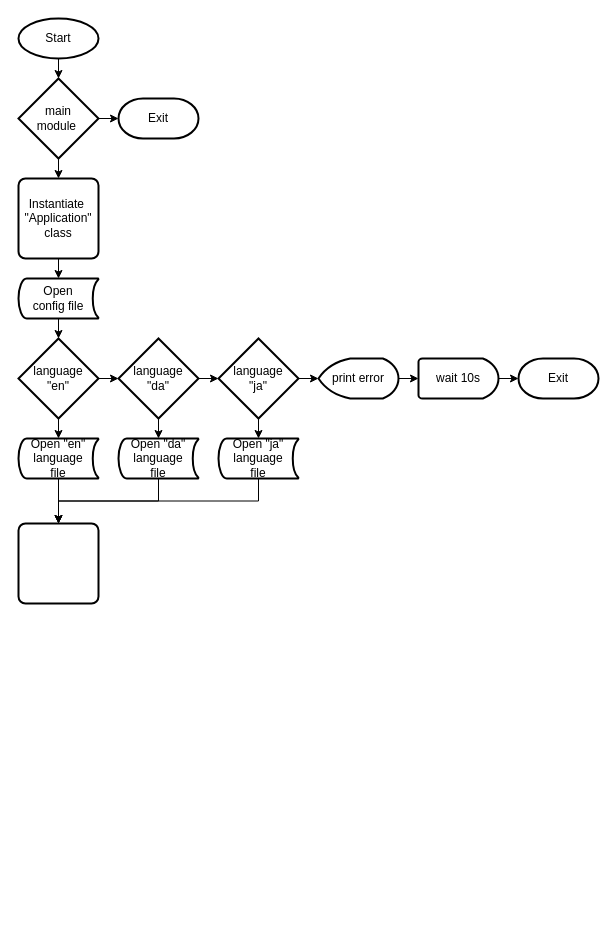
Before: serverproject/extra/server_diagram.drawio in mrpink32/ProgrammeringC, a draw.io diagram. Source tidied: cells renumbered, new cells numbered last; positions are measured from the earlier drawing's top-left corner, leaving out a move shared by most shapes. Both pictures are drawn from the tidied source at 100%, with x=0, y=0 at pixel (18, 18).
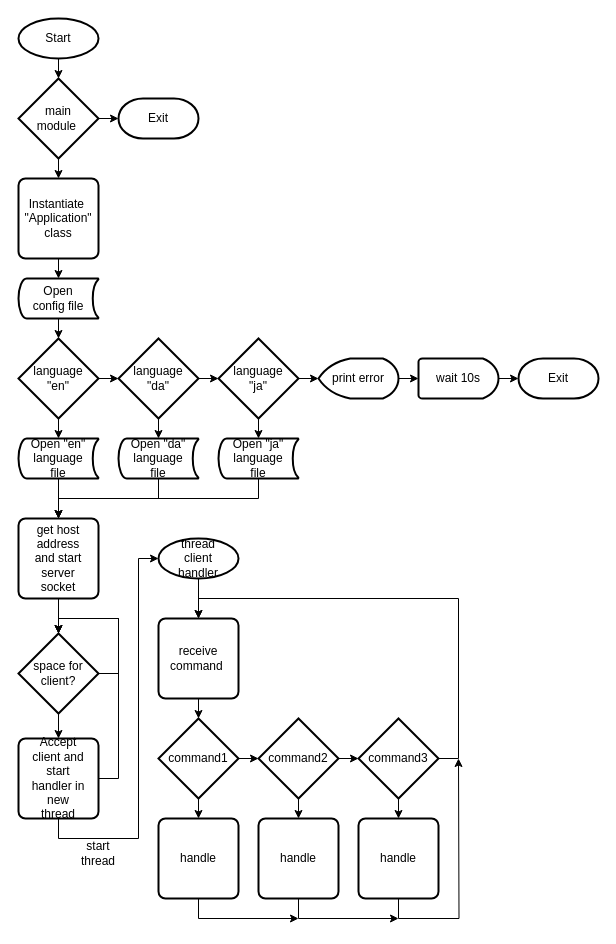
The same diagram, later.

Diff of the diagram source:
```diff
@@
+    <mxCell id="47" style="edgeStyle=orthogonalEdgeStyle;rounded=0;jettySize=auto;html=1;exitX=0.5;exitY=1;exitDx=0;exitDy=0;entryX=0.5;entryY=0;entryDx=0;entryDy=0;entryPerimeter=0;" parent="1" edge="1" source="38" target="51">
+      <mxGeometry relative="1" as="geometry" />
+    </mxCell>
     <mxCell id="38" style="rounded=1;whiteSpace=wrap;html=1;absoluteArcSize=1;arcSize=14;strokeWidth=2;" parent="1" vertex="1">
-      <mxGeometry y="505" width="80" height="80" as="geometry" />
+      <mxGeometry y="500" width="80" height="80" as="geometry" />
     </mxCell>
@@
+    <mxCell id="48" value="get host address and start server socket" style="text;html=1;strokeColor=none;fillColor=none;align=center;verticalAlign=middle;whiteSpace=wrap;rounded=0;" parent="1" vertex="1">
+      <mxGeometry x="10" y="525" width="60" height="30" as="geometry" />
+    </mxCell>
+    <mxCell id="49" style="edgeStyle=orthogonalEdgeStyle;rounded=0;orthogonalLoop=1;jettySize=auto;html=1;exitX=1;exitY=0.5;exitDx=0;exitDy=0;exitPerimeter=0;entryX=0.5;entryY=0;entryDx=0;entryDy=0;entryPerimeter=0;" parent="1" edge="1" source="51" target="51">
+      <mxGeometry relative="1" as="geometry">
+        <Array as="points">
+          <mxPoint x="100" y="655" />
+          <mxPoint x="100" y="600" />
+          <mxPoint x="40" y="600" />
+        </Array>
+      </mxGeometry>
+    </mxCell>
+    <mxCell id="50" style="edgeStyle=orthogonalEdgeStyle;rounded=0;jettySize=auto;html=1;exitX=0.5;exitY=1;exitDx=0;exitDy=0;exitPerimeter=0;entryX=0.5;entryY=0;entryDx=0;entryDy=0;" parent="1" edge="1" source="51" target="55">
+      <mxGeometry relative="1" as="geometry" />
+    </mxCell>
+    <mxCell id="51" style="strokeWidth=2;html=1;shape=mxgraph.flowchart.decision;whiteSpace=wrap;" parent="1" vertex="1">
+      <mxGeometry y="615" width="80" height="80" as="geometry" />
+    </mxCell>
+    <mxCell id="52" value="space for client?" style="text;html=1;strokeColor=none;fillColor=none;align=center;verticalAlign=middle;whiteSpace=wrap;rounded=0;" parent="1" vertex="1">
+      <mxGeometry x="10" y="640" width="60" height="30" as="geometry" />
+    </mxCell>
+    <mxCell id="53" style="edgeStyle=orthogonalEdgeStyle;rounded=0;jettySize=auto;html=1;exitX=1;exitY=0.5;exitDx=0;exitDy=0;entryX=0.5;entryY=0;entryDx=0;entryDy=0;entryPerimeter=0;" parent="1" edge="1" source="55" target="51">
+      <mxGeometry relative="1" as="geometry">
+        <Array as="points">
+          <mxPoint x="100" y="760" />
+          <mxPoint x="100" y="600" />
+          <mxPoint x="40" y="600" />
+        </Array>
+      </mxGeometry>
+    </mxCell>
+    <mxCell id="54" style="edgeStyle=orthogonalEdgeStyle;rounded=0;jettySize=auto;html=1;exitX=0.5;exitY=1;exitDx=0;exitDy=0;entryX=0;entryY=0.5;entryDx=0;entryDy=0;entryPerimeter=0;" parent="1" edge="1" source="55" target="58">
+      <mxGeometry relative="1" as="geometry">
+        <Array as="points">
+          <mxPoint x="40" y="820" />
+          <mxPoint x="120" y="820" />
+          <mxPoint x="120" y="540" />
+        </Array>
+      </mxGeometry>
+    </mxCell>
+    <mxCell id="55" style="rounded=1;whiteSpace=wrap;html=1;absoluteArcSize=1;arcSize=14;strokeWidth=2;" parent="1" vertex="1">
+      <mxGeometry y="720" width="80" height="80" as="geometry" />
+    </mxCell>
+    <mxCell id="56" value="Accept client and start handler in new thread" style="text;html=1;strokeColor=none;fillColor=none;align=center;verticalAlign=middle;whiteSpace=wrap;rounded=0;" parent="1" vertex="1">
+      <mxGeometry x="10" y="745" width="60" height="30" as="geometry" />
+    </mxCell>
+    <mxCell id="57" style="edgeStyle=orthogonalEdgeStyle;rounded=0;jettySize=auto;html=1;exitX=0.5;exitY=1;exitDx=0;exitDy=0;exitPerimeter=0;entryX=0.5;entryY=0;entryDx=0;entryDy=0;" parent="1" edge="1" source="58" target="62">
+      <mxGeometry relative="1" as="geometry" />
+    </mxCell>
+    <mxCell id="58" style="strokeWidth=2;html=1;shape=mxgraph.flowchart.start_1;whiteSpace=wrap;" parent="1" vertex="1">
+      <mxGeometry x="140" y="520" width="80" height="40" as="geometry" />
+    </mxCell>
+    <mxCell id="59" value="thread client handler" style="text;html=1;strokeColor=none;fillColor=none;align=center;verticalAlign=middle;whiteSpace=wrap;rounded=0;" parent="1" vertex="1">
+      <mxGeometry x="150" y="525" width="60" height="30" as="geometry" />
+    </mxCell>
+    <mxCell id="60" value="start thread" style="text;html=1;strokeColor=none;fillColor=none;align=center;verticalAlign=middle;whiteSpace=wrap;rounded=0;" parent="1" vertex="1">
+      <mxGeometry x="50" y="820" width="60" height="30" as="geometry" />
+    </mxCell>
+    <mxCell id="61" style="edgeStyle=orthogonalEdgeStyle;rounded=0;jettySize=auto;html=1;exitX=0.5;exitY=1;exitDx=0;exitDy=0;entryX=0.5;entryY=0;entryDx=0;entryDy=0;entryPerimeter=0;" parent="1" edge="1" source="62" target="66">
+      <mxGeometry relative="1" as="geometry" />
+    </mxCell>
+    <mxCell id="62" style="rounded=1;whiteSpace=wrap;html=1;absoluteArcSize=1;arcSize=14;strokeWidth=2;" parent="1" vertex="1">
+      <mxGeometry x="140" y="600" width="80" height="80" as="geometry" />
+    </mxCell>
+    <mxCell id="63" value="receive command&amp;nbsp;" style="text;html=1;strokeColor=none;fillColor=none;align=center;verticalAlign=middle;whiteSpace=wrap;rounded=0;" parent="1" vertex="1">
+      <mxGeometry x="150" y="625" width="60" height="30" as="geometry" />
+    </mxCell>
+    <mxCell id="64" style="edgeStyle=orthogonalEdgeStyle;rounded=0;jettySize=auto;html=1;exitX=0.5;exitY=1;exitDx=0;exitDy=0;exitPerimeter=0;entryX=0.5;entryY=0;entryDx=0;entryDy=0;" parent="1" edge="1" source="66" target="69">
+      <mxGeometry relative="1" as="geometry" />
+    </mxCell>
+    <mxCell id="65" style="edgeStyle=orthogonalEdgeStyle;rounded=0;jettySize=auto;html=1;exitX=1;exitY=0.5;exitDx=0;exitDy=0;exitPerimeter=0;entryX=0;entryY=0.5;entryDx=0;entryDy=0;entryPerimeter=0;" parent="1" edge="1" source="66" target="73">
+      <mxGeometry relative="1" as="geometry" />
+    </mxCell>
+    <mxCell id="66" style="strokeWidth=2;html=1;shape=mxgraph.flowchart.decision;whiteSpace=wrap;" parent="1" vertex="1">
+      <mxGeometry x="140" y="700" width="80" height="80" as="geometry" />
+    </mxCell>
+    <mxCell id="67" value="command1" style="text;html=1;strokeColor=none;fillColor=none;align=center;verticalAlign=middle;whiteSpace=wrap;rounded=0;" parent="1" vertex="1">
+      <mxGeometry x="150" y="725" width="60" height="30" as="geometry" />
+    </mxCell>
+    <mxCell id="68" style="edgeStyle=orthogonalEdgeStyle;rounded=0;jettySize=auto;html=1;exitX=0.5;exitY=1;exitDx=0;exitDy=0;" parent="1" edge="1" source="69">
+      <mxGeometry relative="1" as="geometry">
+        <mxPoint x="280" y="900" as="targetPoint" />
+        <Array as="points">
+          <mxPoint x="180" y="900" />
+        </Array>
+      </mxGeometry>
+    </mxCell>
+    <mxCell id="69" style="rounded=1;whiteSpace=wrap;html=1;absoluteArcSize=1;arcSize=14;strokeWidth=2;" parent="1" vertex="1">
+      <mxGeometry x="140" y="800" width="80" height="80" as="geometry" />
+    </mxCell>
+    <mxCell id="70" value="handle" style="text;html=1;strokeColor=none;fillColor=none;align=center;verticalAlign=middle;whiteSpace=wrap;rounded=0;" parent="1" vertex="1">
+      <mxGeometry x="150" y="825" width="60" height="30" as="geometry" />
+    </mxCell>
+    <mxCell id="71" style="edgeStyle=orthogonalEdgeStyle;rounded=0;jettySize=auto;html=1;exitX=0.5;exitY=1;exitDx=0;exitDy=0;exitPerimeter=0;entryX=0.5;entryY=0;entryDx=0;entryDy=0;" parent="1" edge="1" source="73" target="76">
+      <mxGeometry relative="1" as="geometry" />
+    </mxCell>
+    <mxCell id="72" style="edgeStyle=orthogonalEdgeStyle;rounded=0;jettySize=auto;html=1;exitX=1;exitY=0.5;exitDx=0;exitDy=0;exitPerimeter=0;entryX=0;entryY=0.5;entryDx=0;entryDy=0;entryPerimeter=0;" parent="1" edge="1" source="73" target="80">
+      <mxGeometry relative="1" as="geometry" />
+    </mxCell>
+    <mxCell id="73" style="strokeWidth=2;html=1;shape=mxgraph.flowchart.decision;whiteSpace=wrap;" parent="1" vertex="1">
+      <mxGeometry x="240" y="700" width="80" height="80" as="geometry" />
+    </mxCell>
+    <mxCell id="74" value="command2" style="text;html=1;strokeColor=none;fillColor=none;align=center;verticalAlign=middle;whiteSpace=wrap;rounded=0;" parent="1" vertex="1">
+      <mxGeometry x="250" y="725" width="60" height="30" as="geometry" />
+    </mxCell>
+    <mxCell id="75" style="edgeStyle=orthogonalEdgeStyle;rounded=0;jettySize=auto;html=1;exitX=0.5;exitY=1;exitDx=0;exitDy=0;" parent="1" edge="1" source="76">
+      <mxGeometry relative="1" as="geometry">
+        <mxPoint x="380" y="900" as="targetPoint" />
+        <Array as="points">
+          <mxPoint x="280" y="900" />
+        </Array>
+      </mxGeometry>
+    </mxCell>
+    <mxCell id="76" style="rounded=1;whiteSpace=wrap;html=1;absoluteArcSize=1;arcSize=14;strokeWidth=2;" parent="1" vertex="1">
+      <mxGeometry x="240" y="800" width="80" height="80" as="geometry" />
+    </mxCell>
+    <mxCell id="77" value="handle" style="text;html=1;strokeColor=none;fillColor=none;align=center;verticalAlign=middle;whiteSpace=wrap;rounded=0;" parent="1" vertex="1">
+      <mxGeometry x="250" y="825" width="60" height="30" as="geometry" />
+    </mxCell>
+    <mxCell id="78" style="edgeStyle=orthogonalEdgeStyle;rounded=0;jettySize=auto;html=1;exitX=0.5;exitY=1;exitDx=0;exitDy=0;exitPerimeter=0;entryX=0.5;entryY=0;entryDx=0;entryDy=0;" parent="1" edge="1" source="80" target="83">
+      <mxGeometry relative="1" as="geometry" />
+    </mxCell>
+    <mxCell id="79" style="edgeStyle=orthogonalEdgeStyle;rounded=0;jettySize=auto;html=1;exitX=1;exitY=0.5;exitDx=0;exitDy=0;exitPerimeter=0;entryX=0.5;entryY=0;entryDx=0;entryDy=0;" parent="1" edge="1" source="80" target="62">
+      <mxGeometry relative="1" as="geometry">
+        <Array as="points">
+          <mxPoint x="440" y="740" />
+          <mxPoint x="440" y="580" />
+          <mxPoint x="180" y="580" />
+        </Array>
+      </mxGeometry>
+    </mxCell>
+    <mxCell id="80" style="strokeWidth=2;html=1;shape=mxgraph.flowchart.decision;whiteSpace=wrap;" parent="1" vertex="1">
+      <mxGeometry x="340" y="700" width="80" height="80" as="geometry" />
+    </mxCell>
+    <mxCell id="81" value="command3" style="text;html=1;strokeColor=none;fillColor=none;align=center;verticalAlign=middle;whiteSpace=wrap;rounded=0;" parent="1" vertex="1">
+      <mxGeometry x="350" y="725" width="60" height="30" as="geometry" />
+    </mxCell>
+    <mxCell id="82" style="edgeStyle=orthogonalEdgeStyle;rounded=0;jettySize=auto;html=1;exitX=0.5;exitY=1;exitDx=0;exitDy=0;" parent="1" edge="1" source="83">
+      <mxGeometry relative="1" as="geometry">
+        <mxPoint x="440" y="740" as="targetPoint" />
+      </mxGeometry>
+    </mxCell>
+    <mxCell id="83" style="rounded=1;whiteSpace=wrap;html=1;absoluteArcSize=1;arcSize=14;strokeWidth=2;" parent="1" vertex="1">
+      <mxGeometry x="340" y="800" width="80" height="80" as="geometry" />
+    </mxCell>
+    <mxCell id="84" value="handle" style="text;html=1;strokeColor=none;fillColor=none;align=center;verticalAlign=middle;whiteSpace=wrap;rounded=0;" parent="1" vertex="1">
+      <mxGeometry x="350" y="825" width="60" height="30" as="geometry" />
+    </mxCell>
```
